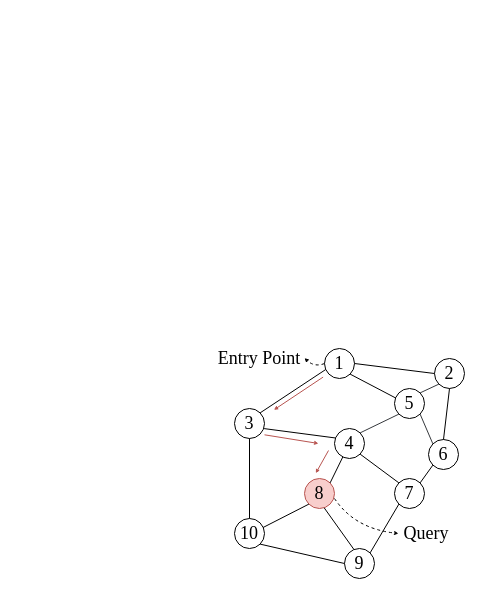
The draw.io diagram page "第 6 页" (6 of 7) of examples/RNSM-Example.drawio in JingLiuchang/hnsw-merge, before the edit. Source tidied: cells renumbered, new cells numbered last; positions are measured from the earlier drawing's top-left corner, leaving out a move shared by most shapes. Both pictures are drawn from the tidied source at 100%, with x=0, y=0 at pixel (214, 346).
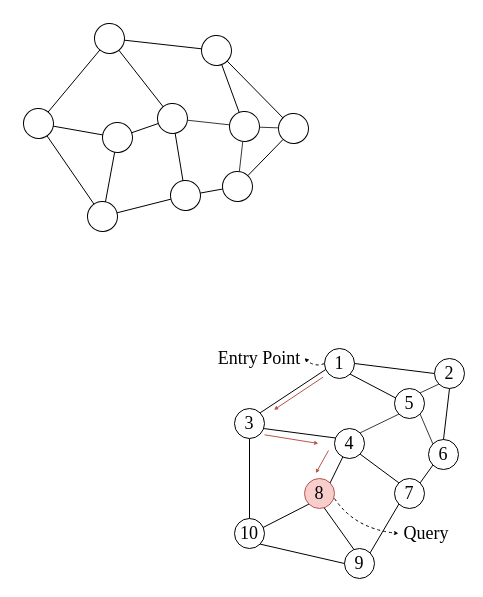
The same diagram, later.

Diff of the diagram source:
```diff
@@
+    <mxCell id="36" style="group;" parent="1" vertex="1">
+      <mxGeometry x="-197.1" y="-329.1" width="297.3" height="220.3" as="geometry" />
+    </mxCell>
+    <mxCell id="37" style="ellipse;whiteSpace=wrap;html=1;fillColor=none;fontSize=18;fontFamily=Times New Roman;rotation=40;" parent="36" vertex="1">
+      <mxGeometry x="184.1" y="18.1" width="30" height="30" as="geometry" />
+    </mxCell>
+    <mxCell id="38" style="ellipse;whiteSpace=wrap;html=1;fontSize=18;fontFamily=Times New Roman;rotation=40;" parent="36" vertex="1">
+      <mxGeometry x="261.1" y="96.1" width="30" height="30" as="geometry" />
+    </mxCell>
+    <mxCell id="39" style="ellipse;whiteSpace=wrap;html=1;fontSize=18;fontFamily=Times New Roman;rotation=40;" parent="36" vertex="1">
+      <mxGeometry x="212.1" y="94.1" width="30" height="30" as="geometry" />
+    </mxCell>
+    <mxCell id="40" style="ellipse;whiteSpace=wrap;html=1;fontSize=18;fontFamily=Times New Roman;rotation=40;" parent="36" vertex="1">
+      <mxGeometry x="140.1" y="86.1" width="30" height="30" as="geometry" />
+    </mxCell>
+    <mxCell id="41" style="ellipse;whiteSpace=wrap;html=1;fontSize=18;fontFamily=Times New Roman;rotation=40;" parent="36" vertex="1">
+      <mxGeometry x="205.1" y="154.1" width="30" height="30" as="geometry" />
+    </mxCell>
+    <mxCell id="42" style="ellipse;whiteSpace=wrap;html=1;fillColor=none;fontSize=18;fontFamily=Times New Roman;rotation=40;" parent="36" vertex="1">
+      <mxGeometry x="153.1" y="163.1" width="30" height="30" as="geometry" />
+    </mxCell>
+    <mxCell id="43" style="ellipse;whiteSpace=wrap;html=1;fontSize=18;fontFamily=Times New Roman;rotation=40;" parent="36" vertex="1">
+      <mxGeometry x="85.1" y="105.1" width="30" height="30" as="geometry" />
+    </mxCell>
+    <mxCell id="44" style="ellipse;whiteSpace=wrap;html=1;fontSize=18;fontFamily=Times New Roman;rotation=40;" parent="36" vertex="1">
+      <mxGeometry x="70.1" y="184.1" width="30" height="30" as="geometry" />
+    </mxCell>
+    <mxCell id="45" style="ellipse;whiteSpace=wrap;html=1;fontSize=18;fontFamily=Times New Roman;rotation=40;" parent="36" vertex="1">
+      <mxGeometry x="6.1" y="91.1" width="30" height="30" as="geometry" />
+    </mxCell>
+    <mxCell id="46" style="ellipse;whiteSpace=wrap;html=1;fillColor=none;fontSize=18;fontFamily=Times New Roman;rotation=40;" parent="36" vertex="1">
+      <mxGeometry x="77.1" y="6.1" width="30" height="30" as="geometry" />
+    </mxCell>
+    <mxCell id="47" style="endArrow=none;html=1;rounded=0;fontSize=18;fontFamily=Times New Roman;" parent="36" edge="1" source="37" target="38">
+      <mxGeometry relative="1" as="geometry" />
+    </mxCell>
+    <mxCell id="48" style="endArrow=none;html=1;rounded=0;fillColor=#cdeb8b;strokeColor=#36393d;fontSize=18;fontFamily=Times New Roman;" parent="36" edge="1" source="38" target="39">
+      <mxGeometry relative="1" as="geometry" />
+    </mxCell>
+    <mxCell id="49" style="endArrow=none;html=1;rounded=0;fontSize=18;fontFamily=Times New Roman;" parent="36" edge="1" source="39" target="37">
+      <mxGeometry relative="1" as="geometry" />
+    </mxCell>
+    <mxCell id="50" style="endArrow=none;html=1;rounded=0;fontSize=18;fontFamily=Times New Roman;" parent="36" edge="1" source="38" target="41">
+      <mxGeometry relative="1" as="geometry" />
+    </mxCell>
+    <mxCell id="51" style="endArrow=none;html=1;rounded=0;fontSize=18;fontFamily=Times New Roman;" parent="36" edge="1" source="42" target="41">
+      <mxGeometry relative="1" as="geometry" />
+    </mxCell>
+    <mxCell id="52" style="endArrow=none;html=1;rounded=0;fontSize=18;fontFamily=Times New Roman;" parent="36" edge="1" source="46" target="37">
+      <mxGeometry relative="1" as="geometry" />
+    </mxCell>
+    <mxCell id="53" style="endArrow=none;html=1;rounded=0;fontSize=18;fontFamily=Times New Roman;" parent="36" edge="1" source="45" target="43">
+      <mxGeometry relative="1" as="geometry" />
+    </mxCell>
+    <mxCell id="54" style="endArrow=none;html=1;rounded=0;fontSize=18;fontFamily=Times New Roman;" parent="36" edge="1" source="45" target="46">
+      <mxGeometry relative="1" as="geometry" />
+    </mxCell>
+    <mxCell id="55" style="endArrow=none;html=1;rounded=0;fontSize=18;fontFamily=Times New Roman;" parent="36" edge="1" source="46" target="40">
+      <mxGeometry relative="1" as="geometry" />
+    </mxCell>
+    <mxCell id="56" style="endArrow=none;html=1;rounded=0;fillColor=#cdeb8b;strokeColor=#36393d;fontSize=18;fontFamily=Times New Roman;" parent="36" edge="1" source="40" target="39">
+      <mxGeometry relative="1" as="geometry" />
+    </mxCell>
+    <mxCell id="57" style="endArrow=none;html=1;rounded=0;fontSize=18;fontFamily=Times New Roman;" parent="36" edge="1" source="43" target="40">
+      <mxGeometry relative="1" as="geometry" />
+    </mxCell>
+    <mxCell id="58" style="endArrow=none;html=1;rounded=0;fontSize=18;fontFamily=Times New Roman;" parent="36" edge="1" source="44" target="43">
+      <mxGeometry relative="1" as="geometry" />
+    </mxCell>
+    <mxCell id="59" style="endArrow=none;html=1;rounded=0;fontSize=18;fontFamily=Times New Roman;" parent="36" edge="1" source="44" target="42">
+      <mxGeometry relative="1" as="geometry" />
+    </mxCell>
+    <mxCell id="60" style="endArrow=none;html=1;rounded=0;fontSize=18;fontFamily=Times New Roman;" parent="36" edge="1" source="40" target="42">
+      <mxGeometry relative="1" as="geometry" />
+    </mxCell>
+    <mxCell id="61" style="endArrow=none;html=1;rounded=0;fillColor=#cdeb8b;strokeColor=#36393d;fontSize=18;fontFamily=Times New Roman;" parent="36" edge="1" source="41" target="39">
+      <mxGeometry relative="1" as="geometry" />
+    </mxCell>
+    <mxCell id="62" style="endArrow=none;html=1;rounded=0;fontSize=18;fontFamily=Times New Roman;" parent="36" edge="1" source="45" target="44">
+      <mxGeometry relative="1" as="geometry" />
+    </mxCell>
```
